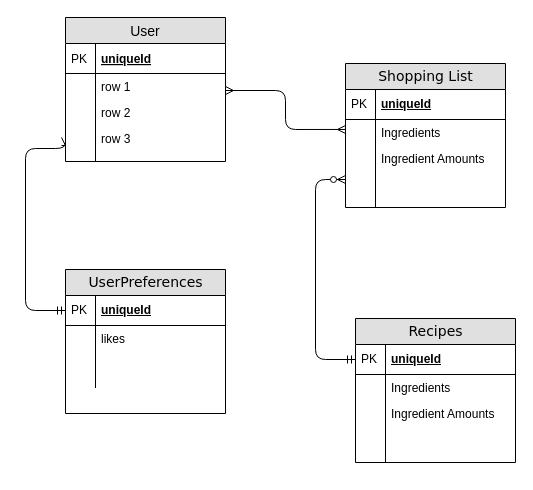
Before: Data/Untitled Diagram.drawio in hamptoam/GroceryStoreGroupCapstone, a draw.io diagram. Source tidied: cells renumbered, new cells numbered last; positions are measured from the earlier drawing's top-left corner, leaving out a move shared by most shapes. Both pictures are drawn from the tidied source at 100%, with x=0, y=0 at pixel (25, 17).
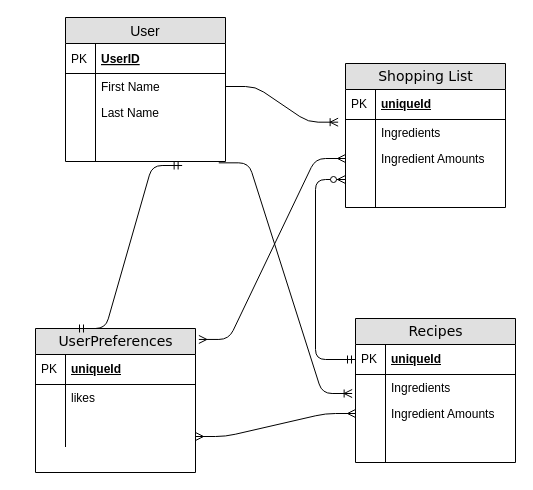
The same diagram, later.

Unchanged cells that the change refers to:
```xml
<mxCell id="5" value="Ingredients" style="shape=partialRectangle;top=0;left=0;right=0;bottom=0;html=1;align=left;verticalAlign=top;fillColor=none;spacingLeft=34;spacingRight=4;whiteSpace=wrap;overflow=hidden;points=[[0,0.5],[1,0.5]];portConstraint=eastwest;" parent="2" vertex="1">
  <mxGeometry y="56" width="160" height="26" as="geometry" />
</mxCell>
<mxCell id="7" value="Ingredient Amounts" style="shape=partialRectangle;top=0;left=0;right=0;bottom=0;html=1;align=left;verticalAlign=top;fillColor=none;spacingLeft=34;spacingRight=4;whiteSpace=wrap;overflow=hidden;points=[[0,0.5],[1,0.5]];portConstraint=eastwest;" parent="2" vertex="1">
  <mxGeometry y="82" width="160" height="26" as="geometry" />
</mxCell>
<mxCell id="14" value="uniqueId" style="shape=partialRectangle;top=0;left=0;right=0;bottom=1;html=1;align=left;verticalAlign=middle;fillColor=none;spacingLeft=34;spacingRight=4;whiteSpace=wrap;overflow=hidden;points=[[0,0.5],[1,0.5]];portConstraint=eastwest;fontStyle=5;" parent="13" vertex="1">
  <mxGeometry y="26" width="160" height="30" as="geometry" />
</mxCell>
<mxCell id="27" value="Ingredient Amounts" style="shape=partialRectangle;top=0;left=0;right=0;bottom=0;html=1;align=left;verticalAlign=top;fillColor=none;spacingLeft=34;spacingRight=4;whiteSpace=wrap;overflow=hidden;points=[[0,0.5],[1,0.5]];portConstraint=eastwest;" parent="22" vertex="1">
  <mxGeometry y="82" width="160" height="26" as="geometry" />
</mxCell>
<mxCell id="36" value="User" style="swimlane;fontStyle=0;horizontal=1;startSize=26;fillColor=#e0e0e0;swimlaneFillColor=#ffffff;align=center;fontSize=14;" parent="1" vertex="1">
  <mxGeometry x="40" width="160" height="144" as="geometry" />
</mxCell>
<mxCell id="45" style="shape=partialRectangle;top=0;left=0;right=0;bottom=0;align=left;verticalAlign=top;fillColor=none;spacingLeft=34;spacingRight=4;overflow=hidden;points=[[0,0.5],[1,0.5]];portConstraint=eastwest;fontSize=12;" parent="36" vertex="1">
  <mxGeometry y="134" width="160" height="10" as="geometry" />
</mxCell>
```

What changed in the source:
```diff
@@
     <mxCell id="13" value="UserPreferences" style="swimlane;html=1;fontStyle=0;horizontal=1;startSize=26;fillColor=#e0e0e0;swimlaneFillColor=#ffffff;align=center;rounded=0;shadow=0;comic=0;labelBackgroundColor=none;strokeColor=#000000;strokeWidth=1;fontFamily=Verdana;fontSize=14;fontColor=#000000;" parent="1" vertex="1">
-      <mxGeometry x="40" y="252" width="160" height="144" as="geometry" />
+      <mxGeometry x="10" y="311" width="160" height="144" as="geometry" />
     </mxCell>
@@
+    <mxCell id="20" style="shape=partialRectangle;top=0;left=0;right=0;bottom=0;html=1;align=left;verticalAlign=top;fillColor=none;spacingLeft=34;spacingRight=4;whiteSpace=wrap;overflow=hidden;" parent="13" vertex="1">
+      <mxGeometry y="82" width="160" height="10" as="geometry" />
+    </mxCell>
+    <mxCell id="21" style="shape=partialRectangle;top=0;left=0;bottom=0;html=1;fillColor=none;align=left;verticalAlign=top;spacingLeft=4;spacingRight=4;whiteSpace=wrap;overflow=hidden;" parent="20" vertex="1">
+      <mxGeometry width="30" height="10" as="geometry" />
+    </mxCell>
     <mxCell id="18" style="shape=partialRectangle;top=0;left=0;right=0;bottom=0;html=1;align=left;verticalAlign=top;fillColor=none;spacingLeft=34;spacingRight=4;whiteSpace=wrap;overflow=hidden;" parent="13" vertex="1">
-      <mxGeometry y="82" width="160" height="26" as="geometry" />
+      <mxGeometry y="92" width="160" height="26" as="geometry" />
     </mxCell>
@@
-    <mxCell id="20" style="shape=partialRectangle;top=0;left=0;right=0;bottom=0;html=1;align=left;verticalAlign=top;fillColor=none;spacingLeft=34;spacingRight=4;whiteSpace=wrap;overflow=hidden;" parent="13" vertex="1">
-      <mxGeometry y="108" width="160" height="10" as="geometry" />
-    </mxCell>
-    <mxCell id="21" style="shape=partialRectangle;top=0;left=0;bottom=0;html=1;fillColor=none;align=left;verticalAlign=top;spacingLeft=4;spacingRight=4;whiteSpace=wrap;overflow=hidden;" parent="20" vertex="1">
-      <mxGeometry width="30" height="10" as="geometry" />
-    </mxCell>
@@
-    <mxCell id="33" style="edgeStyle=orthogonalEdgeStyle;html=1;endArrow=ERoneToMany;startArrow=ERmandOne;labelBackgroundColor=none;fontFamily=Verdana;fontSize=14;entryX=0;entryY=0.5;exitX=0;exitY=0.5;" parent="1" edge="1" source="14">
-      <mxGeometry relative="1" as="geometry">
-        <mxPoint x="40" y="120" as="targetPoint" />
-        <Array as="points">
-          <mxPoint y="293" />
-          <mxPoint y="131" />
-        </Array>
-      </mxGeometry>
-    </mxCell>
-    <mxCell id="34" style="edgeStyle=orthogonalEdgeStyle;html=1;endArrow=ERmany;startArrow=ERmany;labelBackgroundColor=none;fontFamily=Verdana;fontSize=14;entryX=1;entryY=0.5;exitX=0;exitY=0.383;exitPerimeter=0;" parent="1" edge="1" source="5">
-      <mxGeometry relative="1" as="geometry">
-        <mxPoint x="200" y="73" as="targetPoint" />
-        <Array as="points">
-          <mxPoint x="260" y="112" />
-          <mxPoint x="260" y="73" />
-        </Array>
-      </mxGeometry>
-    </mxCell>
@@
-    <mxCell id="37" value="uniqueId" style="shape=partialRectangle;top=0;left=0;right=0;bottom=1;align=left;verticalAlign=middle;fillColor=none;spacingLeft=34;spacingRight=4;overflow=hidden;fontStyle=5;fontSize=12;" parent="36" vertex="1">
+    <mxCell id="37" value="UserID" style="shape=partialRectangle;top=0;left=0;right=0;bottom=1;align=left;verticalAlign=middle;fillColor=none;spacingLeft=34;spacingRight=4;overflow=hidden;fontStyle=5;fontSize=12;" parent="36" vertex="1">
       <mxGeometry y="26" width="160" height="30" as="geometry" />
     </mxCell>
@@
-    <mxCell id="39" value="row 1" style="shape=partialRectangle;top=0;left=0;right=0;bottom=0;align=left;verticalAlign=top;fillColor=none;spacingLeft=34;spacingRight=4;overflow=hidden;fontSize=12;" parent="36" vertex="1">
+    <mxCell id="39" value="First Name" style="shape=partialRectangle;top=0;left=0;right=0;bottom=0;align=left;verticalAlign=top;fillColor=none;spacingLeft=34;spacingRight=4;overflow=hidden;fontSize=12;" parent="36" vertex="1">
       <mxGeometry y="56" width="160" height="26" as="geometry" />
     </mxCell>
@@
-    <mxCell id="41" value="row 2" style="shape=partialRectangle;top=0;left=0;right=0;bottom=0;align=left;verticalAlign=top;fillColor=none;spacingLeft=34;spacingRight=4;overflow=hidden;fontSize=12;" parent="36" vertex="1">
+    <mxCell id="41" value="Last Name" style="shape=partialRectangle;top=0;left=0;right=0;bottom=0;align=left;verticalAlign=top;fillColor=none;spacingLeft=34;spacingRight=4;overflow=hidden;fontSize=12;" parent="36" vertex="1">
       <mxGeometry y="82" width="160" height="26" as="geometry" />
     </mxCell>
@@
-    <mxCell id="43" value="row 3" style="shape=partialRectangle;top=0;left=0;right=0;bottom=0;align=left;verticalAlign=top;fillColor=none;spacingLeft=34;spacingRight=4;overflow=hidden;fontSize=12;" parent="36" vertex="1">
+    <mxCell id="43" style="shape=partialRectangle;top=0;left=0;right=0;bottom=0;align=left;verticalAlign=top;fillColor=none;spacingLeft=34;spacingRight=4;overflow=hidden;fontSize=12;" parent="36" vertex="1">
       <mxGeometry y="108" width="160" height="26" as="geometry" />
     </mxCell>
@@
+    <mxCell id="47" style="edgeStyle=entityRelationEdgeStyle;fontSize=12;html=1;endArrow=ERoneToMany;entryX=-0.046;entryY=0.103;entryDx=0;entryDy=0;entryPerimeter=0;" parent="1" edge="1" target="5">
+      <mxGeometry relative="1" as="geometry">
+        <mxPoint x="200" y="69" as="sourcePoint" />
+      </mxGeometry>
+    </mxCell>
+    <mxCell id="48" style="edgeStyle=entityRelationEdgeStyle;fontSize=12;html=1;endArrow=ERmandOne;startArrow=ERmandOne;entryX=0.729;entryY=1.4;entryDx=0;entryDy=0;entryPerimeter=0;exitX=0.25;exitY=0;exitDx=0;exitDy=0;" parent="1" edge="1" source="13" target="45">
+      <mxGeometry relative="1" as="geometry" />
+    </mxCell>
+    <mxCell id="49" style="edgeStyle=entityRelationEdgeStyle;fontSize=12;html=1;endArrow=ERmany;startArrow=ERmany;entryX=0;entryY=0.5;entryDx=0;entryDy=0;exitX=1;exitY=0.75;exitDx=0;exitDy=0;" parent="1" edge="1" source="13" target="27">
+      <mxGeometry relative="1" as="geometry" />
+    </mxCell>
+    <mxCell id="50" style="edgeStyle=entityRelationEdgeStyle;fontSize=12;html=1;endArrow=ERoneToMany;exitX=0.958;exitY=1.133;exitDx=0;exitDy=0;exitPerimeter=0;entryX=-0.021;entryY=-0.269;entryDx=0;entryDy=0;entryPerimeter=0;" parent="1" edge="1" source="45" target="27">
+      <mxGeometry relative="1" as="geometry" />
+    </mxCell>
+    <mxCell id="51" style="edgeStyle=entityRelationEdgeStyle;fontSize=12;html=1;endArrow=ERmany;startArrow=ERmany;exitX=1.021;exitY=0.076;exitDx=0;exitDy=0;exitPerimeter=0;entryX=0;entryY=0.5;entryDx=0;entryDy=0;" parent="1" edge="1" source="13" target="7">
+      <mxGeometry relative="1" as="geometry" />
+    </mxCell>
```
